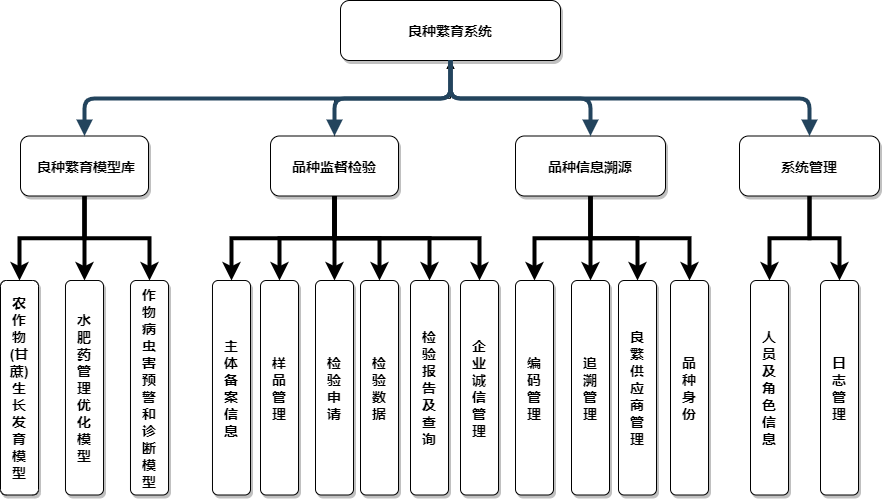
This is Untitled Diagram.png from kevinchen008/dragon, a draw.io export, as it was before one commit. Source tidied: cells renumbered, new cells last; positions are measured from the earlier drawing's top-left corner, leaving out a move shared by most shapes.
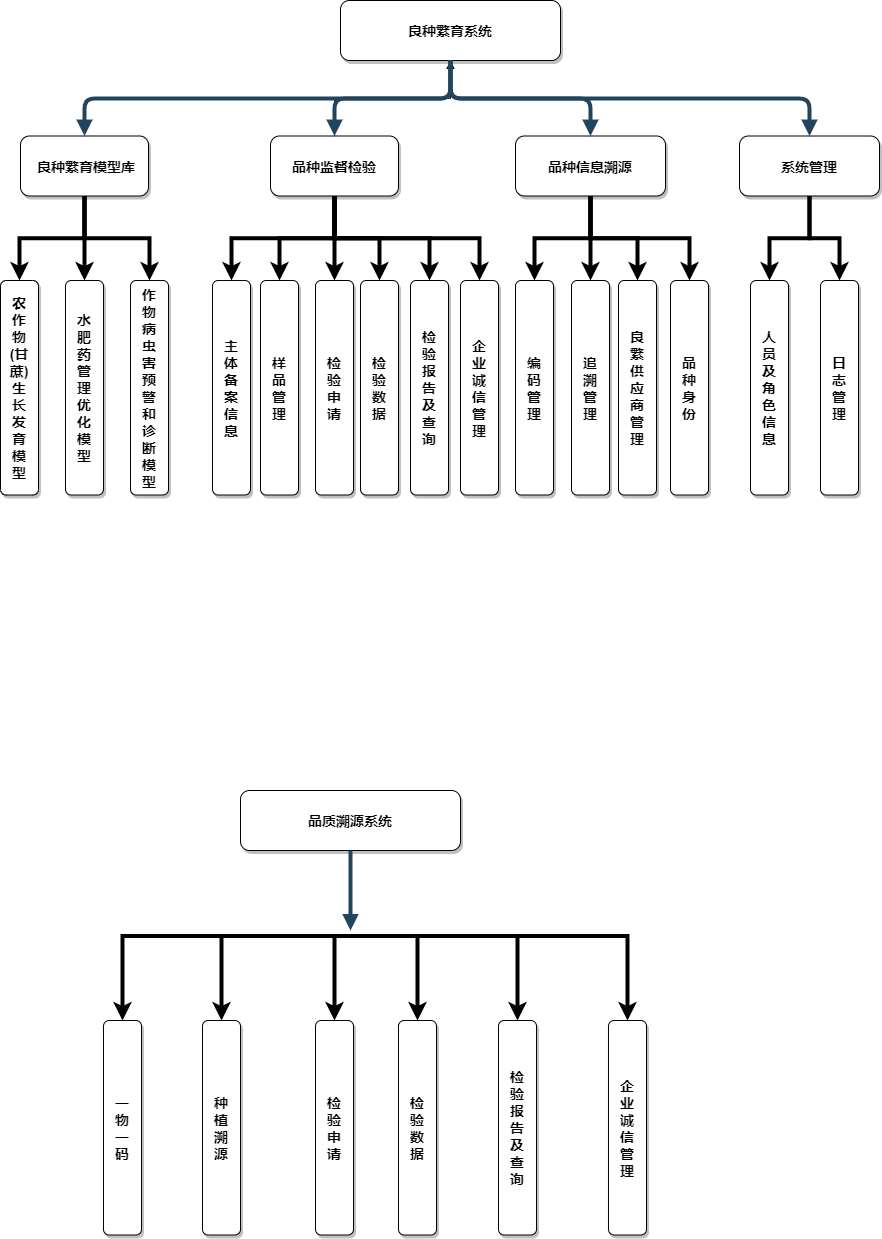
After the commit.

Diff of the diagram source:
```diff
@@ -122,5 +122,64 @@
     <mxCell id="41" value="日&#10;志&#10;管&#10;理" style="rounded=1;shadow=1;fontStyle=1;fontSize=14;" parent="1" vertex="1">
       <mxGeometry x="820" y="280" width="38" height="214.5" as="geometry" />
     </mxCell>
+    <mxCell id="42" value="品质溯源系统" style="rounded=1;shadow=1;fontStyle=1;fontSize=14;" parent="1" vertex="1">
+      <mxGeometry x="240" y="790" width="220" height="60" as="geometry" />
+    </mxCell>
+    <mxCell id="43" style="edgeStyle=orthogonalEdgeStyle;rounded=0;jettySize=auto;html=1;strokeWidth=4;fontFamily=Helvetica;" parent="1" edge="1" target="53">
+      <mxGeometry relative="1" as="geometry">
+        <mxPoint x="334" y="935.5" as="sourcePoint" />
+      </mxGeometry>
+    </mxCell>
+    <mxCell id="44" style="edgeStyle=orthogonalEdgeStyle;rounded=0;jettySize=auto;html=1;exitX=0.5;exitY=1;exitDx=0;exitDy=0;entryX=0.5;entryY=0;entryDx=0;entryDy=0;strokeWidth=4;fontFamily=Helvetica;" parent="1" edge="1" target="51">
+      <mxGeometry relative="1" as="geometry">
+        <mxPoint x="334" y="935.5" as="sourcePoint" />
+      </mxGeometry>
+    </mxCell>
+    <mxCell id="45" style="edgeStyle=orthogonalEdgeStyle;rounded=0;jettySize=auto;html=1;exitX=0.5;exitY=1;exitDx=0;exitDy=0;entryX=0.5;entryY=0;entryDx=0;entryDy=0;strokeWidth=4;fontFamily=Helvetica;" parent="1" edge="1" target="50">
+      <mxGeometry relative="1" as="geometry">
+        <mxPoint x="334" y="935.5" as="sourcePoint" />
+      </mxGeometry>
+    </mxCell>
+    <mxCell id="46" style="edgeStyle=orthogonalEdgeStyle;rounded=0;jettySize=auto;html=1;exitX=0.5;exitY=1;exitDx=0;exitDy=0;entryX=0.5;entryY=0;entryDx=0;entryDy=0;strokeWidth=4;fontFamily=Helvetica;" parent="1" edge="1" target="52">
+      <mxGeometry relative="1" as="geometry">
+        <mxPoint x="334" y="935.5" as="sourcePoint" />
+      </mxGeometry>
+    </mxCell>
+    <mxCell id="47" style="edgeStyle=orthogonalEdgeStyle;rounded=0;jettySize=auto;html=1;exitX=0.5;exitY=1;exitDx=0;exitDy=0;strokeWidth=4;fontFamily=Helvetica;" parent="1" edge="1" target="54">
+      <mxGeometry relative="1" as="geometry">
+        <mxPoint x="334" y="935.5" as="sourcePoint" />
+      </mxGeometry>
+    </mxCell>
+    <mxCell id="48" style="edgeStyle=orthogonalEdgeStyle;rounded=0;jettySize=auto;html=1;exitX=0.5;exitY=1;exitDx=0;exitDy=0;entryX=0.5;entryY=0;entryDx=0;entryDy=0;strokeWidth=4;fontFamily=Helvetica;" parent="1" edge="1" target="55">
+      <mxGeometry relative="1" as="geometry">
+        <mxPoint x="334" y="935.5" as="sourcePoint" />
+      </mxGeometry>
+    </mxCell>
+    <mxCell id="49" style="edgeStyle=elbowEdgeStyle;elbow=vertical;strokeWidth=4;endArrow=block;endFill=1;fontStyle=1;strokeColor=#23445D;" parent="1" edge="1" source="42">
+      <mxGeometry x="22" y="905.5" as="geometry">
+        <mxPoint x="350" y="930" as="targetPoint" />
+        <Array as="points">
+          <mxPoint x="350" y="930" />
+        </Array>
+      </mxGeometry>
+    </mxCell>
+    <mxCell id="50" value="种&#10;植&#10;溯&#10;源" style="rounded=1;shadow=1;fontStyle=1;fontSize=14;" parent="1" vertex="1">
+      <mxGeometry x="202" y="1020" width="38" height="214.5" as="geometry" />
+    </mxCell>
+    <mxCell id="51" value="一&#10;物&#10;一&#10;码" style="rounded=1;shadow=1;fontStyle=1;fontSize=14;" parent="1" vertex="1">
+      <mxGeometry x="103" y="1020" width="38" height="214.5" as="geometry" />
+    </mxCell>
+    <mxCell id="52" value="检&#10;验&#10;申&#10;请" style="rounded=1;shadow=1;fontStyle=1;fontSize=14;" parent="1" vertex="1">
+      <mxGeometry x="315" y="1020" width="38" height="214.5" as="geometry" />
+    </mxCell>
+    <mxCell id="53" value="检&#10;验&#10;数&#10;据" style="rounded=1;shadow=1;fontStyle=1;fontSize=14;" parent="1" vertex="1">
+      <mxGeometry x="398" y="1020" width="38" height="214.5" as="geometry" />
+    </mxCell>
+    <mxCell id="54" value="检&#10;验&#10;报&#10;告&#10;及&#10;查&#10;询" style="rounded=1;shadow=1;fontStyle=1;fontSize=14;" parent="1" vertex="1">
+      <mxGeometry x="498" y="1020" width="38" height="214.5" as="geometry" />
+    </mxCell>
+    <mxCell id="55" value="企&#10;业&#10;诚&#10;信&#10;管&#10;理" style="rounded=1;shadow=1;fontStyle=1;fontSize=14;" parent="1" vertex="1">
+      <mxGeometry x="608" y="1020" width="38" height="214.5" as="geometry" />
+    </mxCell>
   </root>
 </mxGraphModel>
```
